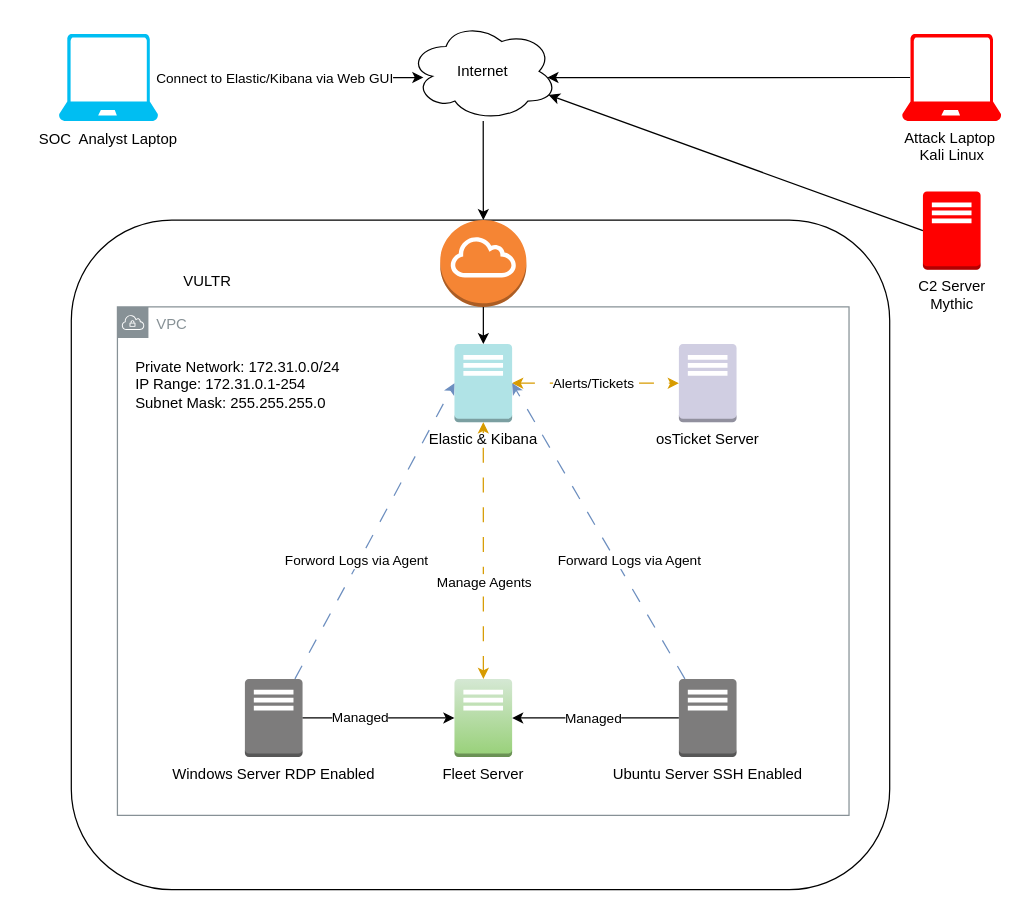
Before: Diagram.drawio in zigl1/cloudcybersecdiagram, a draw.io diagram. Source tidied: cells renumbered, new cells numbered last; positions are measured from the earlier drawing's top-left corner, leaving out a move shared by most shapes. Both pictures are drawn from the tidied source at 124%, with x=0, y=0 at pixel (21, 21).
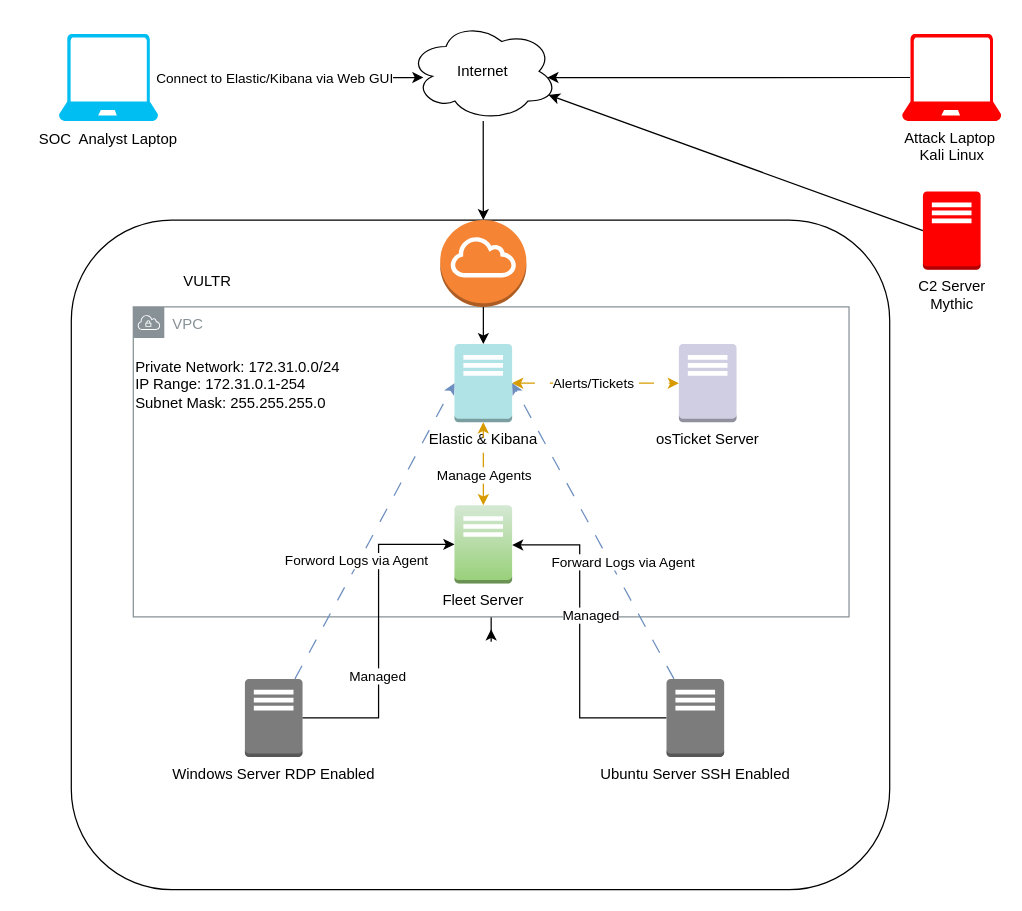
After the change.

What changed in the source:
```diff
@@
+    <mxCell id="35" style="edgeStyle=orthogonalEdgeStyle;rounded=0;jettySize=auto;html=1;" parent="1" edge="1" source="3">
+      <mxGeometry relative="1" as="geometry">
+        <mxPoint x="378.6" y="490" as="targetPoint" />
+      </mxGeometry>
+    </mxCell>
     <mxCell id="3" value="VPC" style="sketch=0;outlineConnect=0;gradientColor=none;html=1;whiteSpace=wrap;fontSize=12;fontStyle=0;shape=mxgraph.aws4.group;grIcon=mxgraph.aws4.group_vpc;strokeColor=#879196;fillColor=none;verticalAlign=top;align=left;spacingLeft=30;fontColor=#879196;dashed=0;" parent="1" vertex="1">
-      <mxGeometry x="77.2" y="230" width="590" height="410" as="geometry" />
+      <mxGeometry x="90" y="230" width="577.2" height="250" as="geometry" />
     </mxCell>
@@
     <mxCell id="8" style="edgeStyle=orthogonalEdgeStyle;rounded=0;jettySize=auto;html=1;" parent="1" edge="1" source="10" target="11">
-      <mxGeometry relative="1" as="geometry" />
+      <mxGeometry relative="1" as="geometry">
+        <Array as="points">
+          <mxPoint x="450" y="562" />
+          <mxPoint x="450" y="422" />
+        </Array>
+      </mxGeometry>
     </mxCell>
@@
     <mxCell id="10" value="Ubuntu Server SSH Enabled" style="outlineConnect=0;dashed=0;verticalLabelPosition=bottom;verticalAlign=top;align=center;html=1;shape=mxgraph.aws3.traditional_server;fillColor=#7D7C7C;gradientColor=none;" parent="1" vertex="1">
-      <mxGeometry x="530" y="530" width="46.5" height="63" as="geometry" />
+      <mxGeometry x="520" y="530" width="46.5" height="63" as="geometry" />
     </mxCell>
     <mxCell id="11" value="Fleet Server" style="outlineConnect=0;dashed=0;verticalLabelPosition=bottom;verticalAlign=top;align=center;html=1;shape=mxgraph.aws3.traditional_server;fillColor=#d5e8d4;gradientColor=#97d077;strokeColor=#82b366;" parent="1" vertex="1">
-      <mxGeometry x="349" y="530" width="46.5" height="63" as="geometry" />
+      <mxGeometry x="349" y="390" width="46.5" height="63" as="geometry" />
     </mxCell>
```
